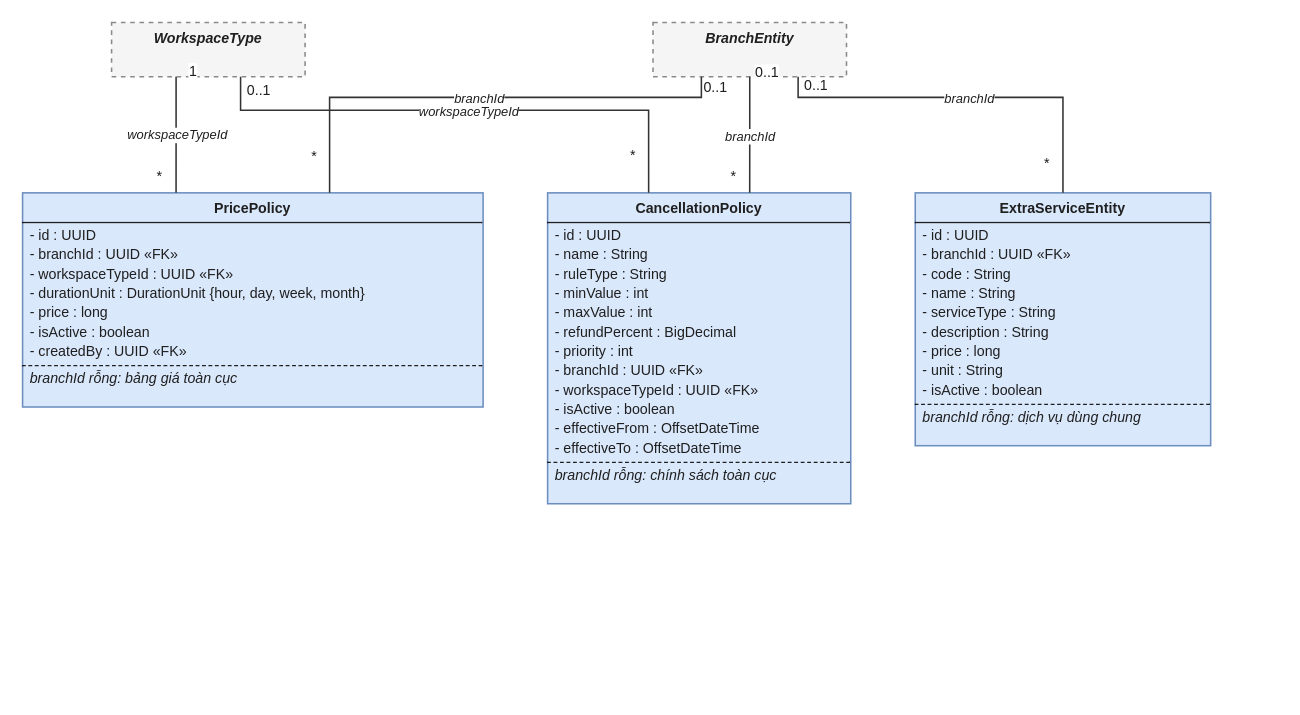
This is page "Miền dữ liệu: bảng giá, dịch vụ và chính sách hủy" (2 of 11) of report/Images/Chuong6/cospace-class.drawio from cospace-team/DATN_CoSpace, a draw.io file, before an edit. Source tidied: cells renumbered, new cells numbered last; positions are measured from the earlier drawing's top-left corner, leaving out a move shared by most shapes. Both pictures are drawn from the tidied source at 129%, with x=0, y=0 at pixel (22, 22).
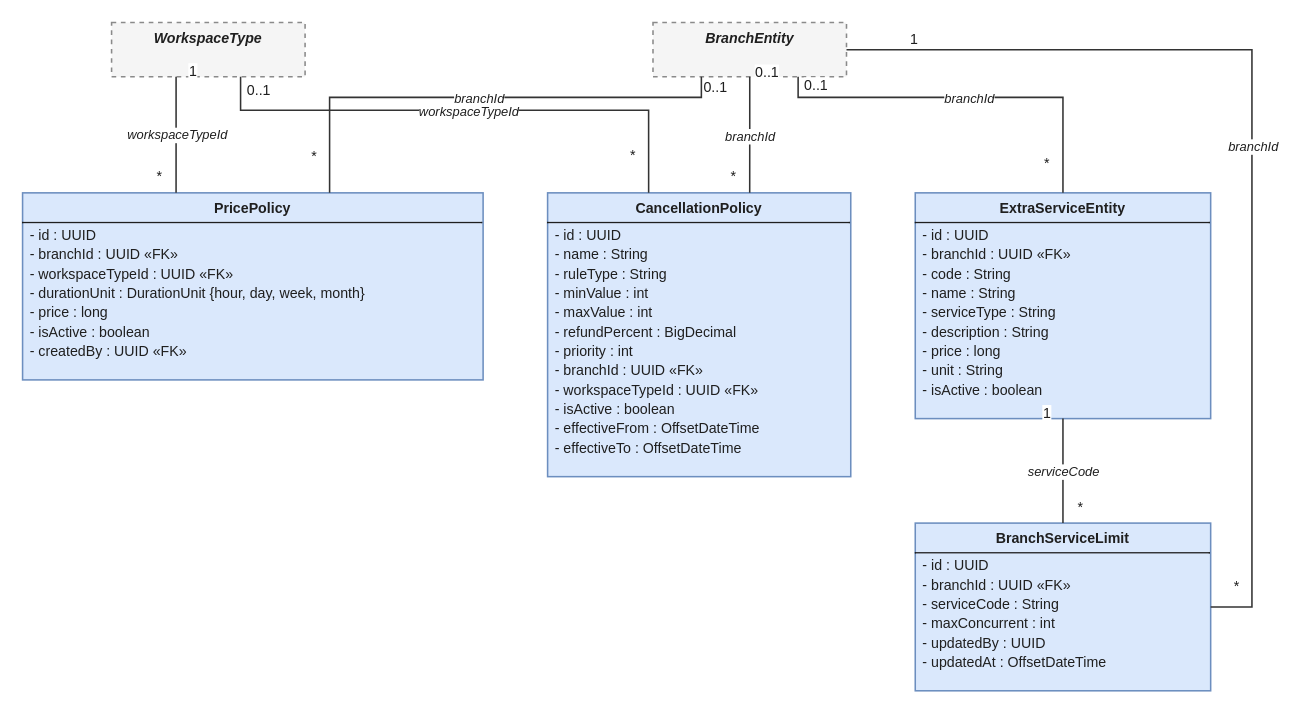
The same page after the edit.

Unchanged cells that the change refers to:
```xml
<mxCell id="2" value="&lt;div style=&quot;text-align:center;line-height:16px;margin-top:4px;&quot;&gt;&lt;i&gt;&lt;b&gt;BranchEntity&lt;/b&gt;&lt;/i&gt;&lt;/div&gt;" style="html=1;whiteSpace=wrap;overflow=fill;verticalAlign=top;align=left;fontSize=11;fontColor=#1f1f1f;fillColor=#f5f5f5;strokeColor=#8a8a8a;strokeWidth=1.2;dashed=1;" parent="1" vertex="1">
  <mxGeometry x="488.7" width="150" height="42" as="geometry" />
</mxCell>
```

Change to the diagram source:
```diff
@@
-    <mxCell id="4" value="&lt;div style=&quot;text-align:center;line-height:16px;margin-top:4px;&quot;&gt;&lt;b&gt;PricePolicy&lt;/b&gt;&lt;/div&gt;&lt;hr size=&quot;1&quot; style=&quot;border-style:solid;margin:3px 0 2px 0;&quot;/&gt;&lt;div style=&quot;text-align:left;line-height:15px;margin-left:6px;&quot;&gt;- id : UUID&lt;br&gt;- branchId : UUID «FK»&lt;br&gt;- workspaceTypeId : UUID «FK»&lt;br&gt;- durationUnit : DurationUnit {hour, day, week, month}&lt;br&gt;- price : long&lt;br&gt;- isActive : boolean&lt;br&gt;- createdBy : UUID «FK»&lt;/div&gt;&lt;hr size=&quot;1&quot; style=&quot;border-style:dashed;margin:3px 0 2px 0;&quot;/&gt;&lt;div style=&quot;text-align:left;line-height:15px;margin-left:6px;font-style:italic;&quot;&gt;branchId rỗng: bảng giá toàn cục&lt;/div&gt;" style="html=1;whiteSpace=wrap;overflow=fill;verticalAlign=top;align=left;fontSize=11;fontColor=#1f1f1f;fillColor=#dae8fc;strokeColor=#6c8ebf;strokeWidth=1.2;" parent="1" vertex="1">
-      <mxGeometry y="132" width="357" height="166" as="geometry" />
+    <mxCell id="4" value="&lt;div style=&quot;text-align:center;line-height:16px;margin-top:4px;&quot;&gt;&lt;b&gt;PricePolicy&lt;/b&gt;&lt;/div&gt;&lt;hr size=&quot;1&quot; style=&quot;border-style:solid;margin:3px 0 2px 0;&quot;/&gt;&lt;div style=&quot;text-align:left;line-height:15px;margin-left:6px;&quot;&gt;- id : UUID&lt;br&gt;- branchId : UUID «FK»&lt;br&gt;- workspaceTypeId : UUID «FK»&lt;br&gt;- durationUnit : DurationUnit {hour, day, week, month}&lt;br&gt;- price : long&lt;br&gt;- isActive : boolean&lt;br&gt;- createdBy : UUID «FK»&lt;/div&gt;" style="html=1;whiteSpace=wrap;overflow=fill;verticalAlign=top;align=left;fontSize=11;fontColor=#1f1f1f;fillColor=#dae8fc;strokeColor=#6c8ebf;strokeWidth=1.2;" parent="1" vertex="1">
+      <mxGeometry y="132" width="357" height="145" as="geometry" />
     </mxCell>
-    <mxCell id="5" value="&lt;div style=&quot;text-align:center;line-height:16px;margin-top:4px;&quot;&gt;&lt;b&gt;ExtraServiceEntity&lt;/b&gt;&lt;/div&gt;&lt;hr size=&quot;1&quot; style=&quot;border-style:solid;margin:3px 0 2px 0;&quot;/&gt;&lt;div style=&quot;text-align:left;line-height:15px;margin-left:6px;&quot;&gt;- id : UUID&lt;br&gt;- branchId : UUID «FK»&lt;br&gt;- code : String&lt;br&gt;- name : String&lt;br&gt;- serviceType : String&lt;br&gt;- description : String&lt;br&gt;- price : long&lt;br&gt;- unit : String&lt;br&gt;- isActive : boolean&lt;/div&gt;&lt;hr size=&quot;1&quot; style=&quot;border-style:dashed;margin:3px 0 2px 0;&quot;/&gt;&lt;div style=&quot;text-align:left;line-height:15px;margin-left:6px;font-style:italic;&quot;&gt;branchId rỗng: dịch vụ dùng chung&lt;/div&gt;" style="html=1;whiteSpace=wrap;overflow=fill;verticalAlign=top;align=left;fontSize=11;fontColor=#1f1f1f;fillColor=#dae8fc;strokeColor=#6c8ebf;strokeWidth=1.2;" parent="1" vertex="1">
-      <mxGeometry x="692" y="132" width="229" height="196" as="geometry" />
+    <mxCell id="5" value="&lt;div style=&quot;text-align:center;line-height:16px;margin-top:4px;&quot;&gt;&lt;b&gt;ExtraServiceEntity&lt;/b&gt;&lt;/div&gt;&lt;hr size=&quot;1&quot; style=&quot;border-style:solid;margin:3px 0 2px 0;&quot;/&gt;&lt;div style=&quot;text-align:left;line-height:15px;margin-left:6px;&quot;&gt;- id : UUID&lt;br&gt;- branchId : UUID «FK»&lt;br&gt;- code : String&lt;br&gt;- name : String&lt;br&gt;- serviceType : String&lt;br&gt;- description : String&lt;br&gt;- price : long&lt;br&gt;- unit : String&lt;br&gt;- isActive : boolean&lt;/div&gt;" style="html=1;whiteSpace=wrap;overflow=fill;verticalAlign=top;align=left;fontSize=11;fontColor=#1f1f1f;fillColor=#dae8fc;strokeColor=#6c8ebf;strokeWidth=1.2;" parent="1" vertex="1">
+      <mxGeometry x="692" y="132" width="229" height="175" as="geometry" />
     </mxCell>
-    <mxCell id="6" value="&lt;div style=&quot;text-align:center;line-height:16px;margin-top:4px;&quot;&gt;&lt;b&gt;CancellationPolicy&lt;/b&gt;&lt;/div&gt;&lt;hr size=&quot;1&quot; style=&quot;border-style:solid;margin:3px 0 2px 0;&quot;/&gt;&lt;div style=&quot;text-align:left;line-height:15px;margin-left:6px;&quot;&gt;- id : UUID&lt;br&gt;- name : String&lt;br&gt;- ruleType : String&lt;br&gt;- minValue : int&lt;br&gt;- maxValue : int&lt;br&gt;- refundPercent : BigDecimal&lt;br&gt;- priority : int&lt;br&gt;- branchId : UUID «FK»&lt;br&gt;- workspaceTypeId : UUID «FK»&lt;br&gt;- isActive : boolean&lt;br&gt;- effectiveFrom : OffsetDateTime&lt;br&gt;- effectiveTo : OffsetDateTime&lt;/div&gt;&lt;hr size=&quot;1&quot; style=&quot;border-style:dashed;margin:3px 0 2px 0;&quot;/&gt;&lt;div style=&quot;text-align:left;line-height:15px;margin-left:6px;font-style:italic;&quot;&gt;branchId rỗng: chính sách toàn cục&lt;/div&gt;" style="html=1;whiteSpace=wrap;overflow=fill;verticalAlign=top;align=left;fontSize=11;fontColor=#1f1f1f;fillColor=#dae8fc;strokeColor=#6c8ebf;strokeWidth=1.2;" parent="1" vertex="1">
-      <mxGeometry x="407" y="132" width="235" height="241" as="geometry" />
+    <mxCell id="6" value="&lt;div style=&quot;text-align:center;line-height:16px;margin-top:4px;&quot;&gt;&lt;b&gt;CancellationPolicy&lt;/b&gt;&lt;/div&gt;&lt;hr size=&quot;1&quot; style=&quot;border-style:solid;margin:3px 0 2px 0;&quot;/&gt;&lt;div style=&quot;text-align:left;line-height:15px;margin-left:6px;&quot;&gt;- id : UUID&lt;br&gt;- name : String&lt;br&gt;- ruleType : String&lt;br&gt;- minValue : int&lt;br&gt;- maxValue : int&lt;br&gt;- refundPercent : BigDecimal&lt;br&gt;- priority : int&lt;br&gt;- branchId : UUID «FK»&lt;br&gt;- workspaceTypeId : UUID «FK»&lt;br&gt;- isActive : boolean&lt;br&gt;- effectiveFrom : OffsetDateTime&lt;br&gt;- effectiveTo : OffsetDateTime&lt;/div&gt;" style="html=1;whiteSpace=wrap;overflow=fill;verticalAlign=top;align=left;fontSize=11;fontColor=#1f1f1f;fillColor=#dae8fc;strokeColor=#6c8ebf;strokeWidth=1.2;" parent="1" vertex="1">
+      <mxGeometry x="407" y="132" width="235" height="220" as="geometry" />
     </mxCell>
@@
+    <mxCell id="27" value="&lt;div style=&quot;text-align:center;line-height:16px;margin-top:4px;&quot;&gt;&lt;b&gt;BranchServiceLimit&lt;/b&gt;&lt;/div&gt;&lt;hr size=&quot;1&quot; style=&quot;border-style:solid;margin:3px 0 2px 0;&quot;/&gt;&lt;div style=&quot;text-align:left;line-height:15px;margin-left:6px;&quot;&gt;- id : UUID&lt;br&gt;- branchId : UUID «FK»&lt;br&gt;- serviceCode : String&lt;br&gt;- maxConcurrent : int&lt;br&gt;- updatedBy : UUID&lt;br&gt;- updatedAt : OffsetDateTime&lt;/div&gt;" style="html=1;whiteSpace=wrap;overflow=fill;verticalAlign=top;align=left;fontSize=11;fontColor=#1f1f1f;fillColor=#dae8fc;strokeColor=#6c8ebf;strokeWidth=1.2;" parent="1" vertex="1">
+      <mxGeometry x="692" y="388" width="229" height="130" as="geometry" />
+    </mxCell>
+    <mxCell id="28" style="rounded=0;html=1;strokeColor=#333333;strokeWidth=1.2;jettySize=auto;edgeStyle=orthogonalEdgeStyle;endArrow=none;startArrow=none;exitX=1;exitY=0.5;exitDx=0;exitDy=0;entryX=1;entryY=0.5;entryDx=0;entryDy=0;" parent="1" edge="1" source="2" target="27">
+      <mxGeometry relative="1" as="geometry">
+        <Array as="points">
+          <mxPoint x="953" y="21" />
+          <mxPoint x="953" y="453" />
+        </Array>
+      </mxGeometry>
+    </mxCell>
+    <mxCell id="29" value="1" style="edgeLabel;html=1;align=center;verticalAlign=middle;fontSize=11;labelBackgroundColor=#ffffff;fontColor=#1f1f1f;" parent="28" vertex="1">
+      <mxGeometry x="-0.9" relative="1" as="geometry">
+        <mxPoint x="13" y="-9" as="offset" />
+      </mxGeometry>
+    </mxCell>
+    <mxCell id="30" value="*" style="edgeLabel;html=1;align=center;verticalAlign=middle;fontSize=11;labelBackgroundColor=#ffffff;fontColor=#1f1f1f;" parent="28" vertex="1">
+      <mxGeometry x="0.9" relative="1" as="geometry">
+        <mxPoint x="-13" y="-9" as="offset" />
+      </mxGeometry>
+    </mxCell>
+    <mxCell id="31" value="branchId" style="edgeLabel;html=1;align=center;verticalAlign=middle;fontSize=11;labelBackgroundColor=#ffffff;fontColor=#1f1f1f;fontStyle=2;fontSize=10;" parent="28" vertex="1">
+      <mxGeometry relative="1" as="geometry" />
+    </mxCell>
+    <mxCell id="32" style="rounded=0;html=1;strokeColor=#333333;strokeWidth=1.2;jettySize=auto;edgeStyle=orthogonalEdgeStyle;endArrow=none;startArrow=none;exitX=0.5;exitY=0;exitDx=0;exitDy=0;entryX=0.5;entryY=1;entryDx=0;entryDy=0;" parent="1" edge="1" source="27" target="5">
+      <mxGeometry relative="1" as="geometry" />
+    </mxCell>
+    <mxCell id="33" value="*" style="edgeLabel;html=1;align=center;verticalAlign=middle;fontSize=11;labelBackgroundColor=#ffffff;fontColor=#1f1f1f;" parent="32" vertex="1">
+      <mxGeometry x="-0.9" relative="1" as="geometry">
+        <mxPoint x="13" y="-9" as="offset" />
+      </mxGeometry>
+    </mxCell>
+    <mxCell id="34" value="1" style="edgeLabel;html=1;align=center;verticalAlign=middle;fontSize=11;labelBackgroundColor=#ffffff;fontColor=#1f1f1f;" parent="32" vertex="1">
+      <mxGeometry x="0.9" relative="1" as="geometry">
+        <mxPoint x="-13" y="-9" as="offset" />
+      </mxGeometry>
+    </mxCell>
+    <mxCell id="35" value="serviceCode" style="edgeLabel;html=1;align=center;verticalAlign=middle;fontSize=11;labelBackgroundColor=#ffffff;fontColor=#1f1f1f;fontStyle=2;fontSize=10;" parent="32" vertex="1">
+      <mxGeometry relative="1" as="geometry" />
+    </mxCell>
```
